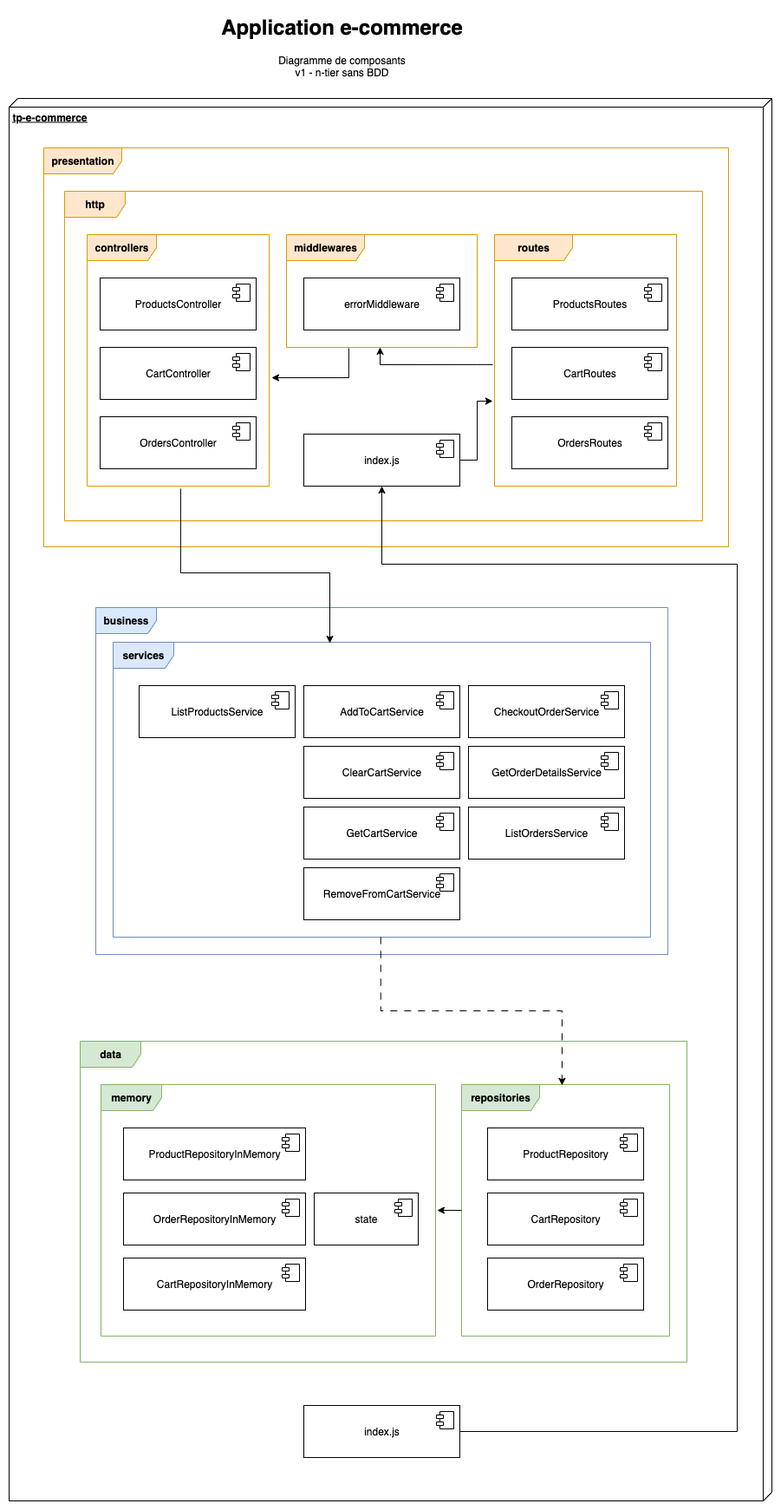
Earlier version of the draw.io export __docs__/01 - Diagramme de Composants - v1 - N-Tier sans BDD.png (nicolasvauche/tp-architecture-ecommerce). Source tidied: cells renumbered, new cells last; positions are measured from the earlier drawing's top-left corner, leaving out a move shared by most shapes. Its diagram source:
```xml
<mxGraphModel>
  <root>
    <mxCell id="0" />
    <mxCell id="1" parent="0" />
    <mxCell id="2" value="&lt;h1 style=&quot;margin-top: 0px;&quot;&gt;Application e-commerce&lt;/h1&gt;&lt;p&gt;Diagramme de composants&lt;br&gt;v1 - n-tier sans BDD&lt;/p&gt;" style="text;html=1;whiteSpace=wrap;overflow=hidden;rounded=0;align=center;" parent="1" vertex="1">
      <mxGeometry x="236" width="296" height="120" as="geometry" />
    </mxCell>
    <mxCell id="3" value="&lt;b&gt;tp-e-commerce&lt;/b&gt;" style="verticalAlign=top;align=left;spacingTop=8;spacingLeft=2;spacingRight=12;shape=cube;size=10;direction=south;fontStyle=4;html=1;whiteSpace=wrap;" parent="1" vertex="1">
      <mxGeometry y="103" width="880" height="1617" as="geometry" />
    </mxCell>
    <mxCell id="4" value="&lt;b&gt;business&lt;/b&gt;" style="shape=umlFrame;whiteSpace=wrap;html=1;width=70;height=30;fillColor=#dae8fc;strokeColor=#6c8ebf;" parent="1" vertex="1">
      <mxGeometry x="100" y="690" width="660" height="400" as="geometry" />
    </mxCell>
    <mxCell id="5" value="&lt;b&gt;data&lt;/b&gt;" style="shape=umlFrame;whiteSpace=wrap;html=1;width=70;height=30;fillColor=#d5e8d4;strokeColor=#82b366;" parent="1" vertex="1">
      <mxGeometry x="82" y="1190" width="700" height="370" as="geometry" />
    </mxCell>
    <mxCell id="6" value="&lt;b&gt;presentation&lt;/b&gt;" style="shape=umlFrame;whiteSpace=wrap;html=1;width=90;height=30;fillColor=#ffe6cc;strokeColor=#d79b00;" parent="1" vertex="1">
      <mxGeometry x="40" y="160" width="790" height="460" as="geometry" />
    </mxCell>
    <mxCell id="7" value="&lt;b&gt;services&lt;/b&gt;" style="shape=umlFrame;whiteSpace=wrap;html=1;width=70;height=30;fillColor=#dae8fc;strokeColor=#6c8ebf;" parent="1" vertex="1">
      <mxGeometry x="120" y="730" width="620" height="340" as="geometry" />
    </mxCell>
    <mxCell id="8" value="AddToCartService" style="html=1;whiteSpace=wrap;" parent="1" vertex="1">
      <mxGeometry x="340" y="780" width="180" height="60" as="geometry" />
    </mxCell>
    <mxCell id="9" style="shape=module;jettyWidth=8;jettyHeight=4;" parent="8" vertex="1">
      <mxGeometry x="1" width="20" height="20" relative="1" as="geometry">
        <mxPoint x="-27" y="7" as="offset" />
      </mxGeometry>
    </mxCell>
    <mxCell id="10" value="CheckoutOrderService" style="html=1;whiteSpace=wrap;" parent="1" vertex="1">
      <mxGeometry x="530" y="780" width="180" height="60" as="geometry" />
    </mxCell>
    <mxCell id="11" style="shape=module;jettyWidth=8;jettyHeight=4;" parent="10" vertex="1">
      <mxGeometry x="1" width="20" height="20" relative="1" as="geometry">
        <mxPoint x="-27" y="7" as="offset" />
      </mxGeometry>
    </mxCell>
    <mxCell id="12" value="ClearCart&lt;span style=&quot;background-color: transparent; color: light-dark(rgb(0, 0, 0), rgb(255, 255, 255));&quot;&gt;Service&lt;/span&gt;" style="html=1;whiteSpace=wrap;" parent="1" vertex="1">
      <mxGeometry x="340" y="850" width="180" height="60" as="geometry" />
    </mxCell>
    <mxCell id="13" style="shape=module;jettyWidth=8;jettyHeight=4;" parent="12" vertex="1">
      <mxGeometry x="1" width="20" height="20" relative="1" as="geometry">
        <mxPoint x="-27" y="7" as="offset" />
      </mxGeometry>
    </mxCell>
    <mxCell id="14" value="GetCart&lt;span style=&quot;background-color: transparent; color: light-dark(rgb(0, 0, 0), rgb(255, 255, 255));&quot;&gt;Service&lt;/span&gt;" style="html=1;whiteSpace=wrap;" parent="1" vertex="1">
      <mxGeometry x="340" y="920" width="180" height="60" as="geometry" />
    </mxCell>
    <mxCell id="15" style="shape=module;jettyWidth=8;jettyHeight=4;" parent="14" vertex="1">
      <mxGeometry x="1" width="20" height="20" relative="1" as="geometry">
        <mxPoint x="-27" y="7" as="offset" />
      </mxGeometry>
    </mxCell>
    <mxCell id="16" value="GetOrderDetailsService" style="html=1;whiteSpace=wrap;" parent="1" vertex="1">
      <mxGeometry x="530" y="850" width="180" height="60" as="geometry" />
    </mxCell>
    <mxCell id="17" style="shape=module;jettyWidth=8;jettyHeight=4;" parent="16" vertex="1">
      <mxGeometry x="1" width="20" height="20" relative="1" as="geometry">
        <mxPoint x="-27" y="7" as="offset" />
      </mxGeometry>
    </mxCell>
    <mxCell id="18" value="ListOrdersService" style="html=1;whiteSpace=wrap;" parent="1" vertex="1">
      <mxGeometry x="530" y="920" width="180" height="60" as="geometry" />
    </mxCell>
    <mxCell id="19" style="shape=module;jettyWidth=8;jettyHeight=4;" parent="18" vertex="1">
      <mxGeometry x="1" width="20" height="20" relative="1" as="geometry">
        <mxPoint x="-27" y="7" as="offset" />
      </mxGeometry>
    </mxCell>
    <mxCell id="20" value="ListProductsService" style="html=1;whiteSpace=wrap;" parent="1" vertex="1">
      <mxGeometry x="150" y="780" width="180" height="60" as="geometry" />
    </mxCell>
    <mxCell id="21" style="shape=module;jettyWidth=8;jettyHeight=4;" parent="20" vertex="1">
      <mxGeometry x="1" width="20" height="20" relative="1" as="geometry">
        <mxPoint x="-27" y="7" as="offset" />
      </mxGeometry>
    </mxCell>
    <mxCell id="22" value="RemoveFromCart&lt;span style=&quot;background-color: transparent; color: light-dark(rgb(0, 0, 0), rgb(255, 255, 255));&quot;&gt;Service&lt;/span&gt;" style="html=1;whiteSpace=wrap;" parent="1" vertex="1">
      <mxGeometry x="340" y="990" width="180" height="60" as="geometry" />
    </mxCell>
    <mxCell id="23" style="shape=module;jettyWidth=8;jettyHeight=4;" parent="22" vertex="1">
      <mxGeometry x="1" width="20" height="20" relative="1" as="geometry">
        <mxPoint x="-27" y="7" as="offset" />
      </mxGeometry>
    </mxCell>
    <mxCell id="24" value="&lt;b&gt;memory&lt;/b&gt;" style="shape=umlFrame;whiteSpace=wrap;html=1;width=70;height=30;fillColor=#d5e8d4;strokeColor=#82b366;" parent="1" vertex="1">
      <mxGeometry x="106" y="1240" width="386" height="290" as="geometry" />
    </mxCell>
    <mxCell id="25" value="&lt;b&gt;repositories&lt;/b&gt;" style="shape=umlFrame;whiteSpace=wrap;html=1;width=90;height=30;fillColor=#d5e8d4;strokeColor=#82b366;" parent="1" vertex="1">
      <mxGeometry x="522" y="1240" width="240" height="290" as="geometry" />
    </mxCell>
    <mxCell id="26" value="ProductRepositoryInMemory" style="html=1;whiteSpace=wrap;" parent="1" vertex="1">
      <mxGeometry x="132" y="1290" width="210" height="60" as="geometry" />
    </mxCell>
    <mxCell id="27" style="shape=module;jettyWidth=8;jettyHeight=4;" parent="26" vertex="1">
      <mxGeometry x="1" width="20" height="20" relative="1" as="geometry">
        <mxPoint x="-27" y="7" as="offset" />
      </mxGeometry>
    </mxCell>
    <mxCell id="28" value="OrderRepositoryInMemory" style="html=1;whiteSpace=wrap;" parent="1" vertex="1">
      <mxGeometry x="132" y="1365" width="210" height="60" as="geometry" />
    </mxCell>
    <mxCell id="29" style="shape=module;jettyWidth=8;jettyHeight=4;" parent="28" vertex="1">
      <mxGeometry x="1" width="20" height="20" relative="1" as="geometry">
        <mxPoint x="-27" y="7" as="offset" />
      </mxGeometry>
    </mxCell>
    <mxCell id="30" value="CartRepositoryInMemory" style="html=1;whiteSpace=wrap;" parent="1" vertex="1">
      <mxGeometry x="132" y="1440" width="210" height="60" as="geometry" />
    </mxCell>
    <mxCell id="31" style="shape=module;jettyWidth=8;jettyHeight=4;" parent="30" vertex="1">
      <mxGeometry x="1" width="20" height="20" relative="1" as="geometry">
        <mxPoint x="-27" y="7" as="offset" />
      </mxGeometry>
    </mxCell>
    <mxCell id="32" value="state" style="html=1;whiteSpace=wrap;" parent="1" vertex="1">
      <mxGeometry x="352" y="1365" width="120" height="60" as="geometry" />
    </mxCell>
    <mxCell id="33" style="shape=module;jettyWidth=8;jettyHeight=4;" parent="32" vertex="1">
      <mxGeometry x="1" width="20" height="20" relative="1" as="geometry">
        <mxPoint x="-27" y="7" as="offset" />
      </mxGeometry>
    </mxCell>
    <mxCell id="34" value="CartRepository" style="html=1;whiteSpace=wrap;" parent="1" vertex="1">
      <mxGeometry x="552" y="1365" width="180" height="60" as="geometry" />
    </mxCell>
    <mxCell id="35" style="shape=module;jettyWidth=8;jettyHeight=4;" parent="34" vertex="1">
      <mxGeometry x="1" width="20" height="20" relative="1" as="geometry">
        <mxPoint x="-27" y="7" as="offset" />
      </mxGeometry>
    </mxCell>
    <mxCell id="36" value="ProductRepository" style="html=1;whiteSpace=wrap;" parent="1" vertex="1">
      <mxGeometry x="552" y="1290" width="180" height="60" as="geometry" />
    </mxCell>
    <mxCell id="37" style="shape=module;jettyWidth=8;jettyHeight=4;" parent="36" vertex="1">
      <mxGeometry x="1" width="20" height="20" relative="1" as="geometry">
        <mxPoint x="-27" y="7" as="offset" />
      </mxGeometry>
    </mxCell>
    <mxCell id="38" value="OrderRepository" style="html=1;whiteSpace=wrap;" parent="1" vertex="1">
      <mxGeometry x="552" y="1440" width="180" height="60" as="geometry" />
    </mxCell>
    <mxCell id="39" style="shape=module;jettyWidth=8;jettyHeight=4;" parent="38" vertex="1">
      <mxGeometry x="1" width="20" height="20" relative="1" as="geometry">
        <mxPoint x="-27" y="7" as="offset" />
      </mxGeometry>
    </mxCell>
    <mxCell id="40" value="&lt;b&gt;http&lt;/b&gt;" style="shape=umlFrame;whiteSpace=wrap;html=1;width=70;height=30;fillColor=#ffe6cc;strokeColor=#d79b00;" parent="1" vertex="1">
      <mxGeometry x="64" y="210" width="736" height="380" as="geometry" />
    </mxCell>
    <mxCell id="41" value="&lt;b&gt;controllers&lt;/b&gt;" style="shape=umlFrame;whiteSpace=wrap;html=1;width=80;height=30;fillColor=#ffe6cc;strokeColor=#d79b00;" parent="1" vertex="1">
      <mxGeometry x="90" y="260" width="210" height="290" as="geometry" />
    </mxCell>
    <mxCell id="42" value="&lt;b&gt;middlewares&lt;/b&gt;" style="shape=umlFrame;whiteSpace=wrap;html=1;width=90;height=30;fillColor=#ffe6cc;strokeColor=#d79b00;" parent="1" vertex="1">
      <mxGeometry x="320" y="260" width="220" height="130" as="geometry" />
    </mxCell>
    <mxCell id="43" value="&lt;b&gt;routes&lt;/b&gt;" style="shape=umlFrame;whiteSpace=wrap;html=1;width=90;height=30;fillColor=#ffe6cc;strokeColor=#d79b00;" parent="1" vertex="1">
      <mxGeometry x="560" y="260" width="210" height="290" as="geometry" />
    </mxCell>
    <mxCell id="44" value="ProductsController" style="html=1;whiteSpace=wrap;" parent="1" vertex="1">
      <mxGeometry x="105" y="310" width="180" height="60" as="geometry" />
    </mxCell>
    <mxCell id="45" style="shape=module;jettyWidth=8;jettyHeight=4;" parent="44" vertex="1">
      <mxGeometry x="1" width="20" height="20" relative="1" as="geometry">
        <mxPoint x="-27" y="7" as="offset" />
      </mxGeometry>
    </mxCell>
    <mxCell id="46" value="CartController" style="html=1;whiteSpace=wrap;" parent="1" vertex="1">
      <mxGeometry x="105" y="390" width="180" height="60" as="geometry" />
    </mxCell>
    <mxCell id="47" style="shape=module;jettyWidth=8;jettyHeight=4;" parent="46" vertex="1">
      <mxGeometry x="1" width="20" height="20" relative="1" as="geometry">
        <mxPoint x="-27" y="7" as="offset" />
      </mxGeometry>
    </mxCell>
    <mxCell id="48" value="OrdersController" style="html=1;whiteSpace=wrap;" parent="1" vertex="1">
      <mxGeometry x="105" y="470" width="180" height="60" as="geometry" />
    </mxCell>
    <mxCell id="49" style="shape=module;jettyWidth=8;jettyHeight=4;" parent="48" vertex="1">
      <mxGeometry x="1" width="20" height="20" relative="1" as="geometry">
        <mxPoint x="-27" y="7" as="offset" />
      </mxGeometry>
    </mxCell>
    <mxCell id="50" value="errorMiddleware" style="html=1;whiteSpace=wrap;" parent="1" vertex="1">
      <mxGeometry x="340" y="310" width="180" height="60" as="geometry" />
    </mxCell>
    <mxCell id="51" style="shape=module;jettyWidth=8;jettyHeight=4;" parent="50" vertex="1">
      <mxGeometry x="1" width="20" height="20" relative="1" as="geometry">
        <mxPoint x="-27" y="7" as="offset" />
      </mxGeometry>
    </mxCell>
    <mxCell id="52" value="ProductsRoutes" style="html=1;whiteSpace=wrap;" parent="1" vertex="1">
      <mxGeometry x="580" y="310" width="180" height="60" as="geometry" />
    </mxCell>
    <mxCell id="53" style="shape=module;jettyWidth=8;jettyHeight=4;" parent="52" vertex="1">
      <mxGeometry x="1" width="20" height="20" relative="1" as="geometry">
        <mxPoint x="-27" y="7" as="offset" />
      </mxGeometry>
    </mxCell>
    <mxCell id="54" value="CartRoutes" style="html=1;whiteSpace=wrap;" parent="1" vertex="1">
      <mxGeometry x="580" y="390" width="180" height="60" as="geometry" />
    </mxCell>
    <mxCell id="55" style="shape=module;jettyWidth=8;jettyHeight=4;" parent="54" vertex="1">
      <mxGeometry x="1" width="20" height="20" relative="1" as="geometry">
        <mxPoint x="-27" y="7" as="offset" />
      </mxGeometry>
    </mxCell>
    <mxCell id="56" value="OrdersRoutes" style="html=1;whiteSpace=wrap;" parent="1" vertex="1">
      <mxGeometry x="580" y="470" width="180" height="60" as="geometry" />
    </mxCell>
    <mxCell id="57" style="shape=module;jettyWidth=8;jettyHeight=4;" parent="56" vertex="1">
      <mxGeometry x="1" width="20" height="20" relative="1" as="geometry">
        <mxPoint x="-27" y="7" as="offset" />
      </mxGeometry>
    </mxCell>
    <mxCell id="58" value="index.js" style="html=1;whiteSpace=wrap;" parent="1" vertex="1">
      <mxGeometry x="340" y="490" width="180" height="60" as="geometry" />
    </mxCell>
    <mxCell id="59" style="shape=module;jettyWidth=8;jettyHeight=4;" parent="58" vertex="1">
      <mxGeometry x="1" width="20" height="20" relative="1" as="geometry">
        <mxPoint x="-27" y="7" as="offset" />
      </mxGeometry>
    </mxCell>
    <mxCell id="60" value="index.js" style="html=1;whiteSpace=wrap;" parent="1" vertex="1">
      <mxGeometry x="340" y="1610" width="180" height="60" as="geometry" />
    </mxCell>
    <mxCell id="61" style="shape=module;jettyWidth=8;jettyHeight=4;" parent="60" vertex="1">
      <mxGeometry x="1" width="20" height="20" relative="1" as="geometry">
        <mxPoint x="-27" y="7" as="offset" />
      </mxGeometry>
    </mxCell>
    <mxCell id="62" style="edgeStyle=orthogonalEdgeStyle;rounded=0;jettySize=auto;html=1;exitX=0.514;exitY=1.01;exitDx=0;exitDy=0;exitPerimeter=0;" parent="1" edge="1" source="41">
      <mxGeometry relative="1" as="geometry">
        <mxPoint x="370" y="731" as="targetPoint" />
        <Array as="points">
          <mxPoint x="198" y="650" />
          <mxPoint x="370" y="650" />
          <mxPoint x="370" y="731" />
        </Array>
      </mxGeometry>
    </mxCell>
    <mxCell id="63" style="edgeStyle=orthogonalEdgeStyle;rounded=0;jettySize=auto;html=1;entryX=0.483;entryY=0.003;entryDx=0;entryDy=0;entryPerimeter=0;dashed=1;dashPattern=8 8;exitX=0.498;exitY=1;exitDx=0;exitDy=0;exitPerimeter=0;" parent="1" edge="1" source="7" target="25">
      <mxGeometry relative="1" as="geometry" />
    </mxCell>
    <mxCell id="64" style="edgeStyle=orthogonalEdgeStyle;rounded=0;jettySize=auto;html=1;entryX=1.005;entryY=0.5;entryDx=0;entryDy=0;entryPerimeter=0;" parent="1" edge="1" source="25" target="24">
      <mxGeometry relative="1" as="geometry" />
    </mxCell>
    <mxCell id="65" style="edgeStyle=orthogonalEdgeStyle;rounded=0;jettySize=auto;html=1;entryX=0.5;entryY=1;entryDx=0;entryDy=0;" parent="1" edge="1" source="60" target="58">
      <mxGeometry relative="1" as="geometry">
        <Array as="points">
          <mxPoint x="840" y="1640" />
          <mxPoint x="840" y="640" />
          <mxPoint x="430" y="640" />
        </Array>
      </mxGeometry>
    </mxCell>
    <mxCell id="66" style="edgeStyle=orthogonalEdgeStyle;rounded=0;jettySize=auto;html=1;entryX=0.491;entryY=1;entryDx=0;entryDy=0;entryPerimeter=0;exitX=-0.01;exitY=0.517;exitDx=0;exitDy=0;exitPerimeter=0;" parent="1" edge="1" source="43" target="42">
      <mxGeometry relative="1" as="geometry" />
    </mxCell>
    <mxCell id="67" style="edgeStyle=orthogonalEdgeStyle;rounded=0;jettySize=auto;html=1;entryX=1.014;entryY=0.569;entryDx=0;entryDy=0;entryPerimeter=0;exitX=0.327;exitY=1.008;exitDx=0;exitDy=0;exitPerimeter=0;" parent="1" edge="1" source="42" target="41">
      <mxGeometry relative="1" as="geometry" />
    </mxCell>
    <mxCell id="68" style="edgeStyle=orthogonalEdgeStyle;rounded=0;jettySize=auto;html=1;entryX=-0.01;entryY=0.662;entryDx=0;entryDy=0;entryPerimeter=0;" parent="1" edge="1" source="58" target="43">
      <mxGeometry relative="1" as="geometry" />
    </mxCell>
  </root>
</mxGraphModel>
```
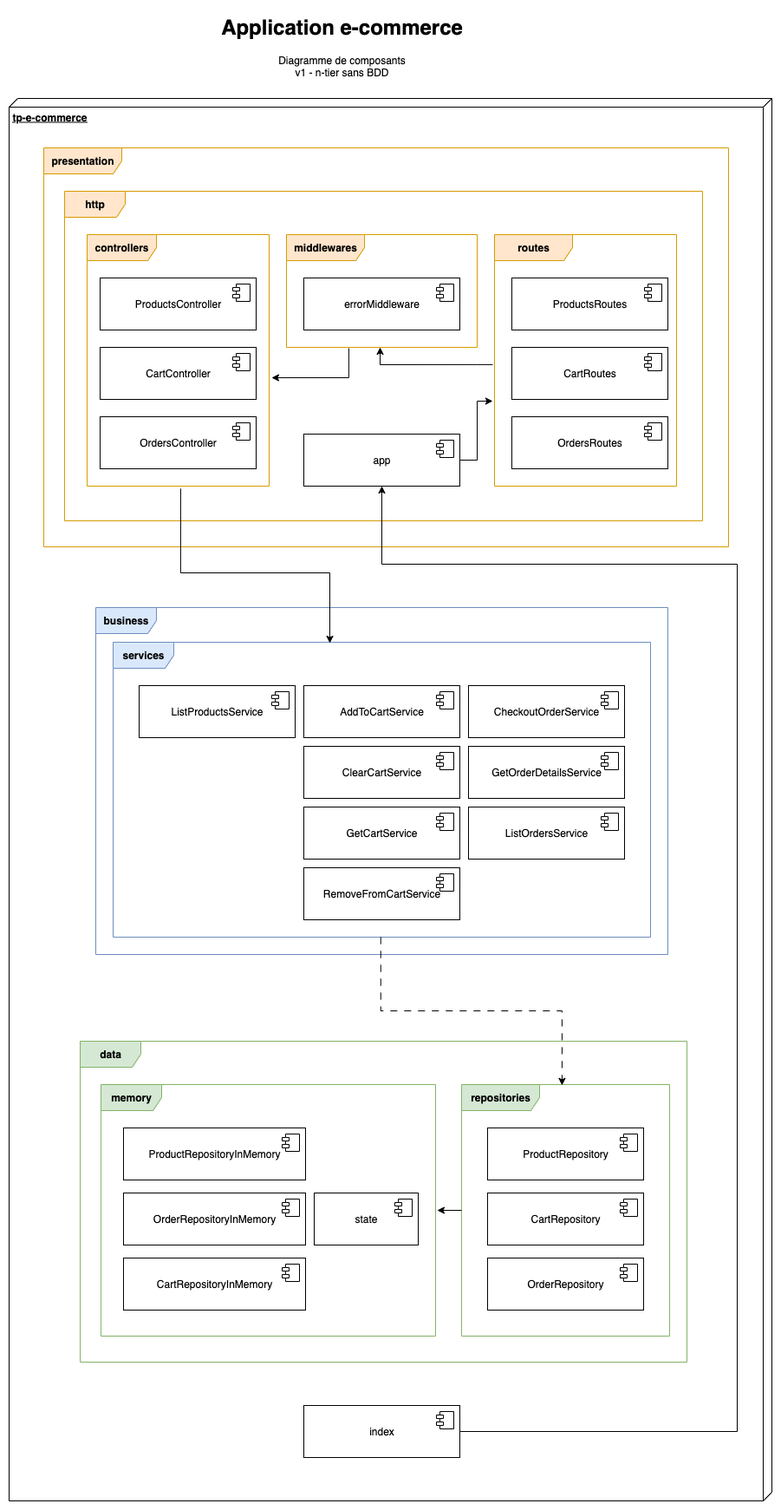
After the change.

Diff of the diagram source:
```diff
@@ -214,7 +214,7 @@
         <mxPoint x="-27" y="7" as="offset" />
       </mxGeometry>
     </mxCell>
-    <mxCell id="58" value="index.js" style="html=1;whiteSpace=wrap;" parent="1" vertex="1">
+    <mxCell id="58" value="app" style="html=1;whiteSpace=wrap;" parent="1" vertex="1">
       <mxGeometry x="340" y="490" width="180" height="60" as="geometry" />
     </mxCell>
     <mxCell id="59" style="shape=module;jettyWidth=8;jettyHeight=4;" parent="58" vertex="1">
@@ -222,7 +222,7 @@
         <mxPoint x="-27" y="7" as="offset" />
       </mxGeometry>
     </mxCell>
-    <mxCell id="60" value="index.js" style="html=1;whiteSpace=wrap;" parent="1" vertex="1">
+    <mxCell id="60" value="index" style="html=1;whiteSpace=wrap;" parent="1" vertex="1">
       <mxGeometry x="340" y="1610" width="180" height="60" as="geometry" />
     </mxCell>
     <mxCell id="61" style="shape=module;jettyWidth=8;jettyHeight=4;" parent="60" vertex="1">
```
